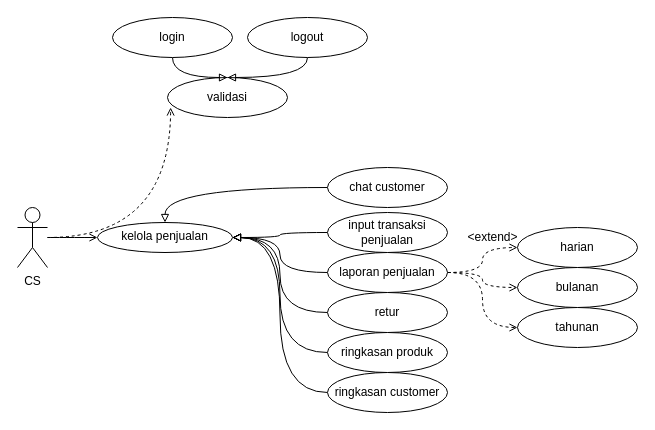
RiqqiAmru/SistemEnterprise keeps this draw.io diagram as page "usecase" (1 of 2) of Untitled Diagram.drawio. Above is the earlier version. Source tidied: cells renumbered, new cells numbered last; positions are measured from the earlier drawing's top-left corner, leaving out a move shared by most shapes. Both pictures are drawn from the tidied source at 100%, with x=0, y=0 at pixel (17, 17).
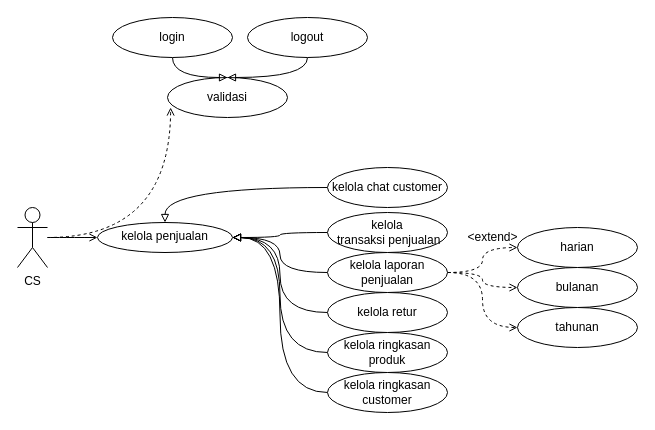
The same page after the edit.

Change to the diagram source:
```diff
@@
-    <mxCell id="7" value="chat customer&lt;br&gt;" style="ellipse;whiteSpace=wrap;html=1;" parent="1" vertex="1">
+    <mxCell id="7" value="kelola chat customer" style="ellipse;whiteSpace=wrap;html=1;" parent="1" vertex="1">
       <mxGeometry x="310" y="150" width="120" height="40" as="geometry" />
     </mxCell>
@@
-    <mxCell id="9" value="input transaksi penjualan&lt;br&gt;" style="ellipse;whiteSpace=wrap;html=1;" parent="1" vertex="1">
+    <mxCell id="9" value="kelola&lt;br&gt;&amp;nbsp;transaksi penjualan" style="ellipse;whiteSpace=wrap;html=1;" parent="1" vertex="1">
       <mxGeometry x="310" y="195" width="120" height="40" as="geometry" />
     </mxCell>
@@
-    <mxCell id="14" value="laporan penjualan&lt;br&gt;" style="ellipse;whiteSpace=wrap;html=1;" parent="1" vertex="1">
+    <mxCell id="14" value="kelola laporan penjualan" style="ellipse;whiteSpace=wrap;html=1;" parent="1" vertex="1">
       <mxGeometry x="310" y="235" width="120" height="40" as="geometry" />
     </mxCell>
@@
-    <mxCell id="16" value="retur" style="ellipse;whiteSpace=wrap;html=1;" parent="1" vertex="1">
+    <mxCell id="16" value="kelola retur" style="ellipse;whiteSpace=wrap;html=1;" parent="1" vertex="1">
       <mxGeometry x="310" y="275" width="120" height="40" as="geometry" />
     </mxCell>
@@
-    <mxCell id="18" value="ringkasan produk" style="ellipse;whiteSpace=wrap;html=1;" parent="1" vertex="1">
+    <mxCell id="18" value="kelola ringkasan produk" style="ellipse;whiteSpace=wrap;html=1;" parent="1" vertex="1">
       <mxGeometry x="310" y="315" width="120" height="40" as="geometry" />
     </mxCell>
@@
-    <mxCell id="20" value="ringkasan customer&lt;br&gt;" style="ellipse;whiteSpace=wrap;html=1;" parent="1" vertex="1">
+    <mxCell id="20" value="kelola ringkasan customer" style="ellipse;whiteSpace=wrap;html=1;" parent="1" vertex="1">
       <mxGeometry x="310" y="355" width="120" height="40" as="geometry" />
     </mxCell>
```
